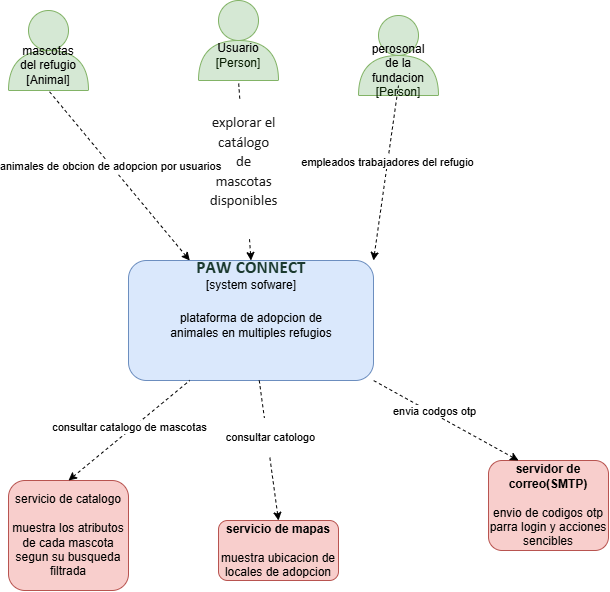
Earlier version of the draw.io export docs/images/Diagram.drawio.png (nivek2329/DOSW_Parcial_T1_KevinAngel). Source tidied: cells renumbered, new cells last; positions are measured from the earlier drawing's top-left corner, leaving out a move shared by most shapes.
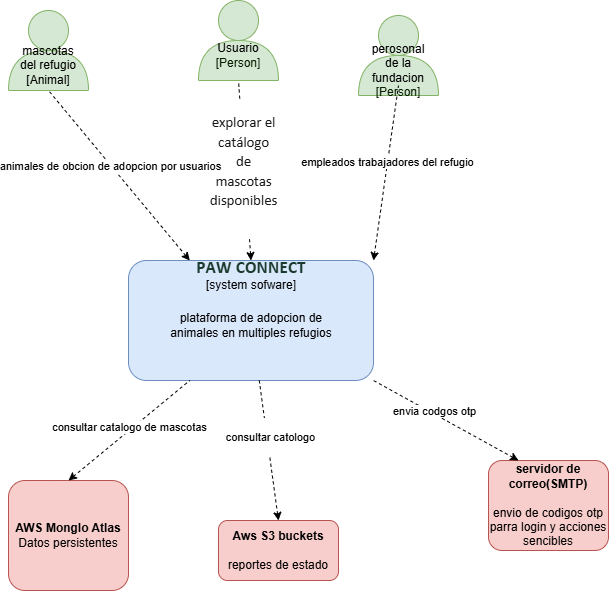
After the commit.

Change to the diagram source:
```diff
@@ -5,10 +5,10 @@
     <mxCell id="2" style="rounded=1;whiteSpace=wrap;html=1;fillColor=#dae8fc;strokeColor=#6c8ebf;" parent="1" vertex="1">
       <mxGeometry x="120" y="260" width="245" height="120" as="geometry" />
     </mxCell>
-    <mxCell id="3" value="servicio de catalogo&lt;div&gt;&lt;br&gt;&lt;/div&gt;&lt;div&gt;muestra los atributos de cada mascota segun su busqueda filtrada&lt;/div&gt;" style="rounded=1;whiteSpace=wrap;html=1;fillColor=#f8cecc;strokeColor=#b85450;" parent="1" vertex="1">
+    <mxCell id="3" value="&lt;b&gt;AWS Monglo Atlas&lt;/b&gt;&lt;div&gt;Datos persistentes&lt;/div&gt;" style="rounded=1;whiteSpace=wrap;html=1;fillColor=#f8cecc;strokeColor=#b85450;" parent="1" vertex="1">
       <mxGeometry y="480" width="120" height="110" as="geometry" />
     </mxCell>
-    <mxCell id="4" value="&lt;b&gt;servicio de mapas&lt;/b&gt;&lt;div&gt;&lt;br&gt;&lt;/div&gt;&lt;div&gt;muestra ubicacion de locales de adopcion&lt;/div&gt;" style="rounded=1;whiteSpace=wrap;html=1;fillColor=#f8cecc;strokeColor=#b85450;" parent="1" vertex="1">
+    <mxCell id="4" value="&lt;b&gt;Aws S3 buckets&lt;/b&gt;&lt;br&gt;&lt;div&gt;&lt;br&gt;&lt;/div&gt;&lt;div&gt;reportes de estado&lt;/div&gt;" style="rounded=1;whiteSpace=wrap;html=1;fillColor=#f8cecc;strokeColor=#b85450;" parent="1" vertex="1">
       <mxGeometry x="210" y="520" width="120" height="60" as="geometry" />
     </mxCell>
     <mxCell id="5" value="&lt;b&gt;servidor de correo(SMTP)&lt;/b&gt;&lt;div&gt;&lt;br&gt;&lt;/div&gt;&lt;div&gt;envio de codigos otp parra login y acciones sencibles&lt;/div&gt;" style="rounded=1;whiteSpace=wrap;html=1;fillColor=#f8cecc;strokeColor=#b85450;" parent="1" vertex="1">
```
